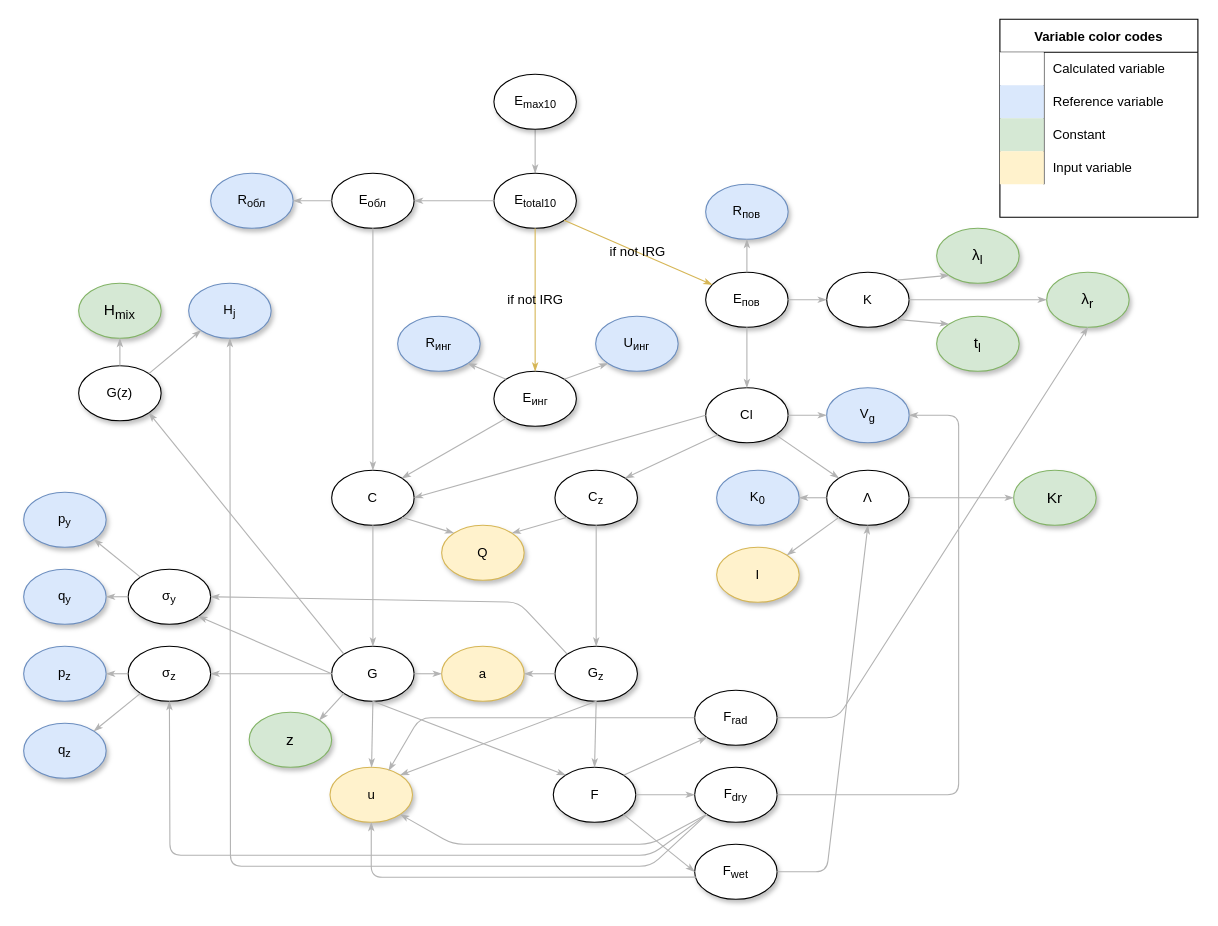
The draw.io diagram RB-134-17-scenario-2.drawio in czertyaka/codiri, before the edit. Source tidied: cells renumbered, new cells numbered last; positions are measured from the earlier drawing's top-left corner, leaving out a move shared by most shapes. Both pictures are drawn from the tidied source at 110%, with x=0, y=0 at pixel (23, 19).
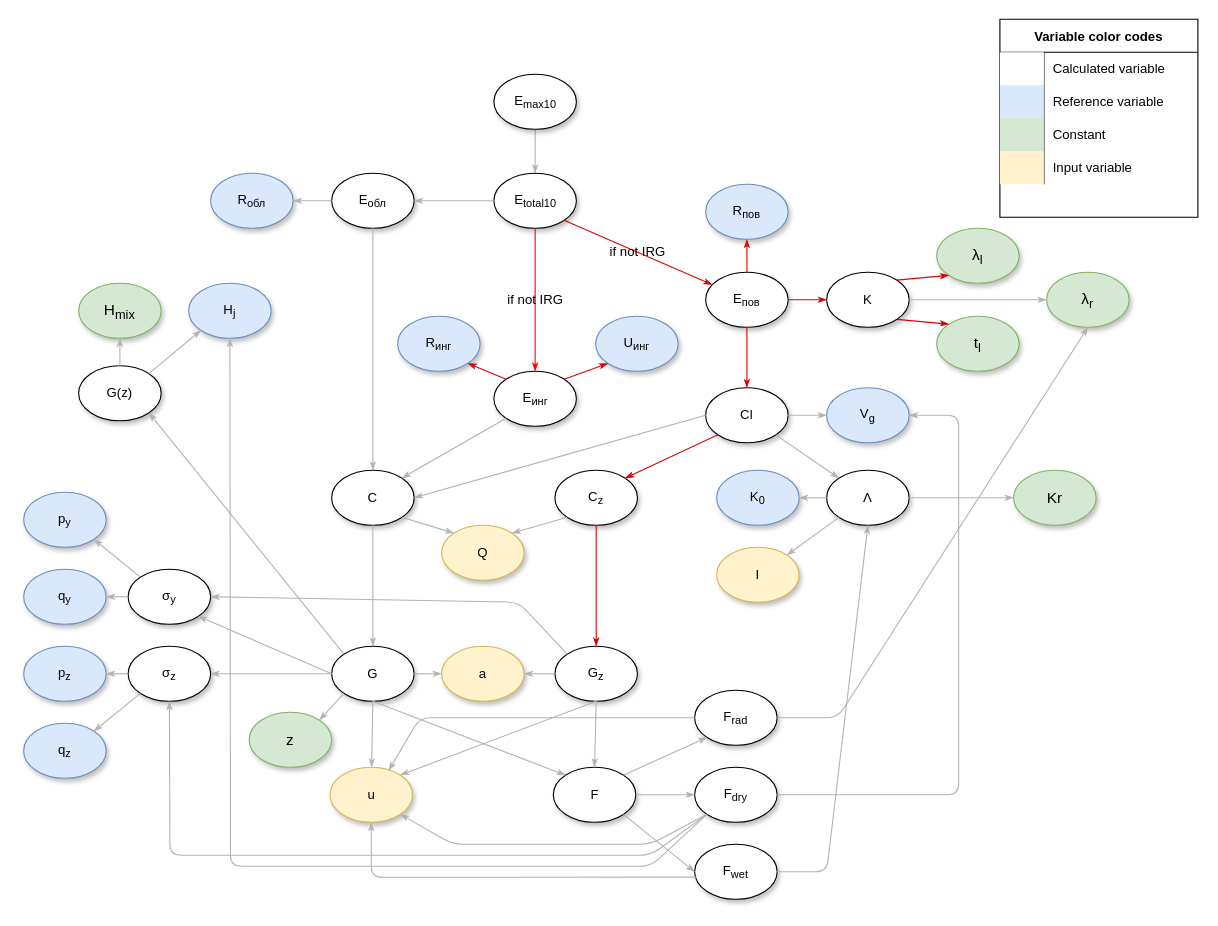
The same diagram, later.

The change refers to these unchanged cells:
```xml
<mxCell id="3" value="&lt;font face=&quot;Helvetica&quot;&gt;E&lt;sub&gt;total10&lt;/sub&gt;&lt;/font&gt;" style="ellipse;whiteSpace=wrap;html=1;rounded=0;shadow=1;comic=0;labelBackgroundColor=none;strokeWidth=1;fontFamily=Verdana;fontSize=12;align=center;" parent="1" vertex="1">
  <mxGeometry x="427.5" y="140" width="75" height="50" as="geometry" />
</mxCell>
<mxCell id="6" value="&lt;font face=&quot;Helvetica&quot;&gt;E&lt;sub&gt;инг&lt;/sub&gt;&lt;/font&gt;" style="ellipse;whiteSpace=wrap;html=1;rounded=0;shadow=1;comic=0;labelBackgroundColor=none;strokeWidth=1;fontFamily=Verdana;fontSize=12;align=center;" parent="1" vertex="1">
  <mxGeometry x="427.5" y="320" width="75" height="50" as="geometry" />
</mxCell>
<mxCell id="7" value="&lt;font face=&quot;Helvetica&quot;&gt;E&lt;sub&gt;пов&lt;/sub&gt;&lt;/font&gt;" style="ellipse;whiteSpace=wrap;html=1;rounded=0;shadow=1;comic=0;labelBackgroundColor=none;strokeWidth=1;fontFamily=Verdana;fontSize=12;align=center;" parent="1" vertex="1">
  <mxGeometry x="620" y="230" width="75" height="50" as="geometry" />
</mxCell>
<mxCell id="28" value="&lt;font face=&quot;Helvetica&quot;&gt;Сl&lt;/font&gt;" style="ellipse;whiteSpace=wrap;html=1;rounded=0;shadow=1;comic=0;labelBackgroundColor=none;strokeWidth=1;fontFamily=Verdana;fontSize=12;align=center;" parent="1" vertex="1">
  <mxGeometry x="620" y="335" width="75" height="50" as="geometry" />
</mxCell>
<mxCell id="30" value="&lt;font face=&quot;Helvetica&quot;&gt;R&lt;sub&gt;пов&lt;/sub&gt;&lt;/font&gt;" style="ellipse;whiteSpace=wrap;html=1;rounded=0;shadow=1;comic=0;labelBackgroundColor=none;strokeWidth=1;fontFamily=Verdana;fontSize=12;align=center;fillColor=#dae8fc;strokeColor=#6c8ebf;" parent="1" vertex="1">
  <mxGeometry x="620" y="150" width="75" height="50" as="geometry" />
</mxCell>
<mxCell id="32" value="&lt;font face=&quot;Helvetica&quot;&gt;K&lt;/font&gt;" style="ellipse;whiteSpace=wrap;html=1;rounded=0;shadow=1;comic=0;labelBackgroundColor=none;strokeWidth=1;fontFamily=Verdana;fontSize=12;align=center;" parent="1" vertex="1">
  <mxGeometry x="730" y="230" width="75" height="50" as="geometry" />
</mxCell>
<mxCell id="34" value="&lt;font face=&quot;arial, sans-serif&quot;&gt;&lt;span style=&quot;font-size: 14px&quot;&gt;λ&lt;sub&gt;l&lt;/sub&gt;&lt;/span&gt;&lt;/font&gt;" style="ellipse;whiteSpace=wrap;html=1;rounded=0;shadow=1;comic=0;labelBackgroundColor=none;strokeWidth=1;fontFamily=Verdana;fontSize=12;align=center;fillColor=#d5e8d4;strokeColor=#82b366;" parent="1" vertex="1">
  <mxGeometry x="830" y="190" width="75" height="50" as="geometry" />
</mxCell>
<mxCell id="36" value="&lt;font face=&quot;arial, sans-serif&quot;&gt;&lt;span style=&quot;font-size: 14px&quot;&gt;t&lt;sub&gt;l&lt;/sub&gt;&lt;/span&gt;&lt;/font&gt;" style="ellipse;whiteSpace=wrap;html=1;rounded=0;shadow=1;comic=0;labelBackgroundColor=none;strokeWidth=1;fontFamily=Verdana;fontSize=12;align=center;fillColor=#d5e8d4;strokeColor=#82b366;" parent="1" vertex="1">
  <mxGeometry x="830" y="270" width="75" height="50" as="geometry" />
</mxCell>
<mxCell id="41" value="&lt;font face=&quot;Helvetica&quot;&gt;R&lt;sub&gt;инг&lt;/sub&gt;&lt;/font&gt;" style="ellipse;whiteSpace=wrap;html=1;rounded=0;shadow=1;comic=0;labelBackgroundColor=none;strokeWidth=1;fontFamily=Verdana;fontSize=12;align=center;fillColor=#dae8fc;strokeColor=#6c8ebf;" parent="1" vertex="1">
  <mxGeometry x="340" y="270" width="75" height="50" as="geometry" />
</mxCell>
<mxCell id="43" value="&lt;font face=&quot;Helvetica&quot;&gt;U&lt;sub&gt;инг&lt;/sub&gt;&lt;/font&gt;" style="ellipse;whiteSpace=wrap;html=1;rounded=0;shadow=1;comic=0;labelBackgroundColor=none;strokeWidth=1;fontFamily=Verdana;fontSize=12;align=center;fillColor=#dae8fc;strokeColor=#6c8ebf;" parent="1" vertex="1">
  <mxGeometry x="520" y="270" width="75" height="50" as="geometry" />
</mxCell>
<mxCell id="49" value="&lt;font face=&quot;Helvetica&quot;&gt;С&lt;sub&gt;z&lt;/sub&gt;&lt;/font&gt;" style="ellipse;whiteSpace=wrap;html=1;rounded=0;shadow=1;comic=0;labelBackgroundColor=none;strokeWidth=1;fontFamily=Verdana;fontSize=12;align=center;" parent="1" vertex="1">
  <mxGeometry x="483" y="410" width="75" height="50" as="geometry" />
</mxCell>
<mxCell id="52" value="&lt;font face=&quot;Helvetica&quot;&gt;G&lt;sub&gt;z&lt;/sub&gt;&lt;/font&gt;" style="ellipse;whiteSpace=wrap;html=1;rounded=0;shadow=1;comic=0;labelBackgroundColor=none;strokeWidth=1;fontFamily=Verdana;fontSize=12;align=center;" parent="1" vertex="1">
  <mxGeometry x="483" y="570" width="75" height="50" as="geometry" />
</mxCell>
```

Change to the diagram source:
```diff
@@
-    <mxCell id="4" value="&lt;font face=&quot;Helvetica&quot;&gt;E&lt;sub&gt;max10&lt;/sub&gt;&lt;/font&gt;" style="ellipse;whiteSpace=wrap;html=1;rounded=0;shadow=1;comic=0;labelBackgroundColor=none;strokeWidth=1;fontFamily=Verdana;fontSize=12;align=center;" parent="1" vertex="1">
+    <mxCell id="4" value="&lt;font face=&quot;Helvetica&quot;&gt;E&lt;sub&gt;max10&lt;/sub&gt;&lt;/font&gt;" style="ellipse;whiteSpace=wrap;html=1;rounded=0;shadow=1;comic=0;labelBackgroundColor=none;strokeWidth=1;fontFamily=Verdana;fontSize=12;align=center;sketch=0;" parent="1" vertex="1">
       <mxGeometry x="427.5" y="50" width="75" height="50" as="geometry" />
     </mxCell>
@@
-    <mxCell id="8" value="&lt;font face=&quot;Helvetica&quot;&gt;if not IRG&lt;/font&gt;" style="edgeStyle=none;rounded=1;html=1;labelBackgroundColor=none;startArrow=none;startFill=0;startSize=5;endArrow=classicThin;endFill=1;endSize=5;jettySize=auto;strokeColor=#d6b656;strokeWidth=1;fontFamily=Verdana;fontSize=12;exitX=0.5;exitY=1;exitDx=0;exitDy=0;entryX=0.5;entryY=0;entryDx=0;entryDy=0;fillColor=#fff2cc;" parent="1" edge="1" source="3" target="6">
+    <mxCell id="8" value="&lt;font face=&quot;Helvetica&quot;&gt;if not IRG&lt;/font&gt;" style="edgeStyle=none;rounded=1;html=1;labelBackgroundColor=none;startArrow=none;startFill=0;startSize=5;endArrow=classicThin;endFill=1;endSize=5;jettySize=auto;strokeColor=#FF0000;strokeWidth=1;fontFamily=Verdana;fontSize=12;exitX=0.5;exitY=1;exitDx=0;exitDy=0;entryX=0.5;entryY=0;entryDx=0;entryDy=0;fillColor=#fff2cc;" parent="1" edge="1" source="3" target="6">
       <mxGeometry relative="1" as="geometry" />
     </mxCell>
@@
-    <mxCell id="10" value="&lt;font face=&quot;Helvetica&quot;&gt;if not IRG&lt;/font&gt;" style="edgeStyle=none;rounded=1;html=1;labelBackgroundColor=none;startArrow=none;startFill=0;startSize=5;endArrow=classicThin;endFill=1;endSize=5;jettySize=auto;strokeColor=#d6b656;strokeWidth=1;fontFamily=Verdana;fontSize=12;exitX=1;exitY=1;exitDx=0;exitDy=0;fillColor=#fff2cc;" parent="1" edge="1" source="3" target="7">
+    <mxCell id="10" value="&lt;font face=&quot;Helvetica&quot;&gt;if not IRG&lt;/font&gt;" style="edgeStyle=none;rounded=1;html=1;labelBackgroundColor=none;startArrow=none;startFill=0;startSize=5;endArrow=classicThin;endFill=1;endSize=5;jettySize=auto;strokeColor=#D60606;strokeWidth=1;fontFamily=Verdana;fontSize=12;exitX=1;exitY=1;exitDx=0;exitDy=0;fillColor=#fff2cc;" parent="1" edge="1" source="3" target="7">
       <mxGeometry relative="1" as="geometry" />
     </mxCell>
@@
-    <mxCell id="29" style="edgeStyle=none;rounded=1;html=1;labelBackgroundColor=none;startArrow=none;startFill=0;startSize=5;endArrow=classicThin;endFill=1;endSize=5;jettySize=auto;strokeColor=#B3B3B3;strokeWidth=1;fontFamily=Helvetica;fontSize=12;exitX=0.5;exitY=1;exitDx=0;exitDy=0;entryX=0.5;entryY=0;entryDx=0;entryDy=0;" parent="1" edge="1" source="7" target="28">
+    <mxCell id="29" style="edgeStyle=none;rounded=1;html=1;labelBackgroundColor=none;startArrow=none;startFill=0;startSize=5;endArrow=classicThin;endFill=1;endSize=5;jettySize=auto;strokeColor=#D60606;strokeWidth=1;fontFamily=Helvetica;fontSize=12;exitX=0.5;exitY=1;exitDx=0;exitDy=0;entryX=0.5;entryY=0;entryDx=0;entryDy=0;" parent="1" edge="1" source="7" target="28">
       <mxGeometry relative="1" as="geometry" />
     </mxCell>
@@
-    <mxCell id="31" style="edgeStyle=none;rounded=1;html=1;labelBackgroundColor=none;startArrow=none;startFill=0;startSize=5;endArrow=classicThin;endFill=1;endSize=5;jettySize=auto;strokeColor=#B3B3B3;strokeWidth=1;fontFamily=Helvetica;fontSize=12;exitX=0.5;exitY=0;exitDx=0;exitDy=0;entryX=0.5;entryY=1;entryDx=0;entryDy=0;" parent="1" edge="1" source="7" target="30">
+    <mxCell id="31" style="edgeStyle=none;rounded=1;html=1;labelBackgroundColor=none;startArrow=none;startFill=0;startSize=5;endArrow=classicThin;endFill=1;endSize=5;jettySize=auto;strokeColor=#D60606;strokeWidth=1;fontFamily=Helvetica;fontSize=12;exitX=0.5;exitY=0;exitDx=0;exitDy=0;entryX=0.5;entryY=1;entryDx=0;entryDy=0;" parent="1" edge="1" source="7" target="30">
       <mxGeometry relative="1" as="geometry" />
     </mxCell>
@@
-    <mxCell id="33" style="edgeStyle=none;rounded=1;html=1;labelBackgroundColor=none;startArrow=none;startFill=0;startSize=5;endArrow=classicThin;endFill=1;endSize=5;jettySize=auto;strokeColor=#B3B3B3;strokeWidth=1;fontFamily=Helvetica;fontSize=12;exitX=1;exitY=0.5;exitDx=0;exitDy=0;entryX=0;entryY=0.5;entryDx=0;entryDy=0;" parent="1" edge="1" source="7" target="32">
+    <mxCell id="33" style="edgeStyle=none;rounded=1;html=1;labelBackgroundColor=none;startArrow=none;startFill=0;startSize=5;endArrow=classicThin;endFill=1;endSize=5;jettySize=auto;strokeColor=#D60606;strokeWidth=1;fontFamily=Helvetica;fontSize=12;exitX=1;exitY=0.5;exitDx=0;exitDy=0;entryX=0;entryY=0.5;entryDx=0;entryDy=0;" parent="1" edge="1" source="7" target="32">
       <mxGeometry relative="1" as="geometry" />
     </mxCell>
@@
-    <mxCell id="35" style="edgeStyle=none;rounded=1;html=1;labelBackgroundColor=none;startArrow=none;startFill=0;startSize=5;endArrow=classicThin;endFill=1;endSize=5;jettySize=auto;strokeColor=#B3B3B3;strokeWidth=1;fontFamily=Helvetica;fontSize=12;exitX=1;exitY=0;exitDx=0;exitDy=0;entryX=0;entryY=1;entryDx=0;entryDy=0;" parent="1" edge="1" source="32" target="34">
+    <mxCell id="35" style="edgeStyle=none;rounded=1;html=1;labelBackgroundColor=none;startArrow=none;startFill=0;startSize=5;endArrow=classicThin;endFill=1;endSize=5;jettySize=auto;strokeColor=#D60606;strokeWidth=1;fontFamily=Helvetica;fontSize=12;exitX=1;exitY=0;exitDx=0;exitDy=0;entryX=0;entryY=1;entryDx=0;entryDy=0;" parent="1" edge="1" source="32" target="34">
       <mxGeometry relative="1" as="geometry" />
     </mxCell>
@@
-    <mxCell id="37" style="edgeStyle=none;rounded=1;html=1;labelBackgroundColor=none;startArrow=none;startFill=0;startSize=5;endArrow=classicThin;endFill=1;endSize=5;jettySize=auto;strokeColor=#B3B3B3;strokeWidth=1;fontFamily=Helvetica;fontSize=12;exitX=1;exitY=1;exitDx=0;exitDy=0;entryX=0;entryY=0;entryDx=0;entryDy=0;" parent="1" edge="1" source="32" target="36">
+    <mxCell id="37" style="edgeStyle=none;rounded=1;html=1;labelBackgroundColor=none;startArrow=none;startFill=0;startSize=5;endArrow=classicThin;endFill=1;endSize=5;jettySize=auto;strokeColor=#D60606;strokeWidth=1;fontFamily=Helvetica;fontSize=12;exitX=1;exitY=1;exitDx=0;exitDy=0;entryX=0;entryY=0;entryDx=0;entryDy=0;" parent="1" edge="1" source="32" target="36">
       <mxGeometry relative="1" as="geometry" />
     </mxCell>
@@
-    <mxCell id="42" style="edgeStyle=none;rounded=1;html=1;labelBackgroundColor=none;startArrow=none;startFill=0;startSize=5;endArrow=classicThin;endFill=1;endSize=5;jettySize=auto;strokeColor=#B3B3B3;strokeWidth=1;fontFamily=Helvetica;fontSize=12;exitX=0;exitY=0;exitDx=0;exitDy=0;entryX=1;entryY=1;entryDx=0;entryDy=0;" parent="1" edge="1" source="6" target="41">
+    <mxCell id="42" style="edgeStyle=none;rounded=1;html=1;labelBackgroundColor=none;startArrow=none;startFill=0;startSize=5;endArrow=classicThin;endFill=1;endSize=5;jettySize=auto;strokeColor=#D60606;strokeWidth=1;fontFamily=Helvetica;fontSize=12;exitX=0;exitY=0;exitDx=0;exitDy=0;entryX=1;entryY=1;entryDx=0;entryDy=0;" parent="1" edge="1" source="6" target="41">
       <mxGeometry relative="1" as="geometry" />
     </mxCell>
@@
-    <mxCell id="44" style="edgeStyle=none;rounded=1;html=1;labelBackgroundColor=none;startArrow=none;startFill=0;startSize=5;endArrow=classicThin;endFill=1;endSize=5;jettySize=auto;strokeColor=#B3B3B3;strokeWidth=1;fontFamily=Helvetica;fontSize=12;exitX=1;exitY=0;exitDx=0;exitDy=0;entryX=0;entryY=1;entryDx=0;entryDy=0;" parent="1" edge="1" source="6" target="43">
+    <mxCell id="44" style="edgeStyle=none;rounded=1;html=1;labelBackgroundColor=none;startArrow=none;startFill=0;startSize=5;endArrow=classicThin;endFill=1;endSize=5;jettySize=auto;strokeColor=#D60606;strokeWidth=1;fontFamily=Helvetica;fontSize=12;exitX=1;exitY=0;exitDx=0;exitDy=0;entryX=0;entryY=1;entryDx=0;entryDy=0;" parent="1" edge="1" source="6" target="43">
       <mxGeometry relative="1" as="geometry" />
     </mxCell>
@@
-    <mxCell id="50" style="edgeStyle=none;rounded=1;html=1;labelBackgroundColor=none;startArrow=none;startFill=0;startSize=5;endArrow=classicThin;endFill=1;endSize=5;jettySize=auto;strokeColor=#B3B3B3;strokeWidth=1;fontFamily=Helvetica;fontSize=12;exitX=0;exitY=1;exitDx=0;exitDy=0;entryX=1;entryY=0;entryDx=0;entryDy=0;" parent="1" edge="1" source="28" target="49">
+    <mxCell id="50" style="edgeStyle=none;rounded=1;html=1;labelBackgroundColor=none;startArrow=none;startFill=0;startSize=5;endArrow=classicThin;endFill=1;endSize=5;jettySize=auto;strokeColor=#D60606;strokeWidth=1;fontFamily=Helvetica;fontSize=12;exitX=0;exitY=1;exitDx=0;exitDy=0;entryX=1;entryY=0;entryDx=0;entryDy=0;" parent="1" edge="1" source="28" target="49">
       <mxGeometry relative="1" as="geometry" />
     </mxCell>
@@
-    <mxCell id="53" style="edgeStyle=none;rounded=1;html=1;labelBackgroundColor=none;startArrow=none;startFill=0;startSize=5;endArrow=classicThin;endFill=1;endSize=5;jettySize=auto;strokeColor=#B3B3B3;strokeWidth=1;fontFamily=Helvetica;fontSize=12;exitX=0.5;exitY=1;exitDx=0;exitDy=0;entryX=0.5;entryY=0;entryDx=0;entryDy=0;" parent="1" edge="1" source="49" target="52">
+    <mxCell id="53" style="edgeStyle=none;rounded=1;html=1;labelBackgroundColor=none;startArrow=none;startFill=0;startSize=5;endArrow=classicThin;endFill=1;endSize=5;jettySize=auto;strokeColor=#D60606;strokeWidth=1;fontFamily=Helvetica;fontSize=12;exitX=0.5;exitY=1;exitDx=0;exitDy=0;entryX=0.5;entryY=0;entryDx=0;entryDy=0;" parent="1" edge="1" source="49" target="52">
       <mxGeometry relative="1" as="geometry" />
     </mxCell>
```
